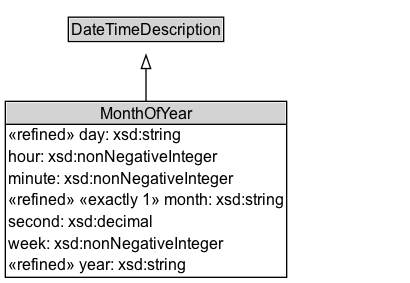
Before: docs/diagrams/MonthOfYear.dot.png, a diagram exported from Graphviz (ISO-TC204/ontology-import-time). Its source is kept beside it as docs/diagrams/MonthOfYear.dot. Its diagram source:
```dot
digraph {
	graph [overlap=false rankdir=TB splines=true]
	node [fontname=Arial fontsize=12 margin=0 shape=none]
	edge [fontname=Arial fontsize=11]
	{
		rank=max
		MonthOfYear [label=<<TABLE BORDER="1" CELLBORDER="0" CELLSPACING="0" CELLPADDING="1"><TR><TD BGCOLOR="lightgray" ALIGN="CENTER" PORT="e">MonthOfYear</TD></TR><HR/><TR><TD ALIGN="LEFT">«refined» day: xsd:string</TD></TR><TR><TD ALIGN="LEFT">hour: xsd:nonNegativeInteger</TD></TR><TR><TD ALIGN="LEFT">minute: xsd:nonNegativeInteger</TD></TR><TR><TD ALIGN="LEFT">«refined» «exactly 1» month: xsd:string</TD></TR><TR><TD ALIGN="LEFT">second: xsd:decimal</TD></TR><TR><TD ALIGN="LEFT">week: xsd:nonNegativeInteger</TD></TR><TR><TD ALIGN="LEFT">«refined» year: xsd:string</TD></TR></TABLE>> URL="../MonthOfYear" margin=0]
	}
	subgraph cluster_associated {
		label="" style=invis
		Invis [label=<<TABLE BORDER="0" CELLBORDER="0" CELLSPACING="0" CELLPADDING="1"><TR><TD></TD></TR></TABLE>> margin=0 style=invis]
	}
	DateTimeDescription [label=<<TABLE BORDER="1" CELLBORDER="0" CELLSPACING="0" CELLPADDING="1"><TR><TD BGCOLOR="lightgray" ALIGN="CENTER">DateTimeDescription</TD></TR></TABLE>> URL="../DateTimeDescription" margin=0]
	MonthOfYear -> DateTimeDescription [arrowhead=onormal style=solid]
}
```
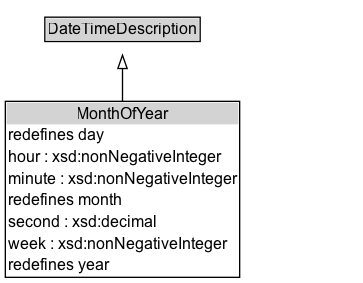
After the change.

The edit, as a diff of the source:
```diff
@@ -3,13 +3,16 @@
 	node [fontname=Arial fontsize=12 margin=0 shape=none]
 	edge [fontname=Arial fontsize=11]
 	{
+		rank=source
+		DateTimeDescription [label=<<TABLE BORDER="1" CELLBORDER="0" CELLSPACING="0" CELLPADDING="1"><TR><TD BGCOLOR="lightgray" ALIGN="CENTER">DateTimeDescription</TD></TR></TABLE>> URL="../DateTimeDescription" margin=0]
+	}
+	MonthOfYear [label=<<TABLE BORDER="1" CELLBORDER="0" CELLSPACING="0" CELLPADDING="1"><TR><TD BGCOLOR="lightgray" ALIGN="CENTER">MonthOfYear</TD></TR><TR><TD ALIGN="LEFT">redefines day</TD></TR><TR><TD ALIGN="LEFT">hour : xsd:nonNegativeInteger</TD></TR><TR><TD ALIGN="LEFT">minute : xsd:nonNegativeInteger</TD></TR><TR><TD ALIGN="LEFT">redefines month</TD></TR><TR><TD ALIGN="LEFT">second : xsd:decimal</TD></TR><TR><TD ALIGN="LEFT">week : xsd:nonNegativeInteger</TD></TR><TR><TD ALIGN="LEFT">redefines year</TD></TR></TABLE>> URL="../MonthOfYear" margin=0]
+	{
 		rank=max
-		MonthOfYear [label=<<TABLE BORDER="1" CELLBORDER="0" CELLSPACING="0" CELLPADDING="1"><TR><TD BGCOLOR="lightgray" ALIGN="CENTER" PORT="e">MonthOfYear</TD></TR><HR/><TR><TD ALIGN="LEFT">«refined» day: xsd:string</TD></TR><TR><TD ALIGN="LEFT">hour: xsd:nonNegativeInteger</TD></TR><TR><TD ALIGN="LEFT">minute: xsd:nonNegativeInteger</TD></TR><TR><TD ALIGN="LEFT">«refined» «exactly 1» month: xsd:string</TD></TR><TR><TD ALIGN="LEFT">second: xsd:decimal</TD></TR><TR><TD ALIGN="LEFT">week: xsd:nonNegativeInteger</TD></TR><TR><TD ALIGN="LEFT">«refined» year: xsd:string</TD></TR></TABLE>> URL="../MonthOfYear" margin=0]
 	}
 	subgraph cluster_associated {
 		label="" style=invis
 		Invis [label=<<TABLE BORDER="0" CELLBORDER="0" CELLSPACING="0" CELLPADDING="1"><TR><TD></TD></TR></TABLE>> margin=0 style=invis]
 	}
-	DateTimeDescription [label=<<TABLE BORDER="1" CELLBORDER="0" CELLSPACING="0" CELLPADDING="1"><TR><TD BGCOLOR="lightgray" ALIGN="CENTER">DateTimeDescription</TD></TR></TABLE>> URL="../DateTimeDescription" margin=0]
 	MonthOfYear -> DateTimeDescription [arrowhead=onormal style=solid]
 }
```
